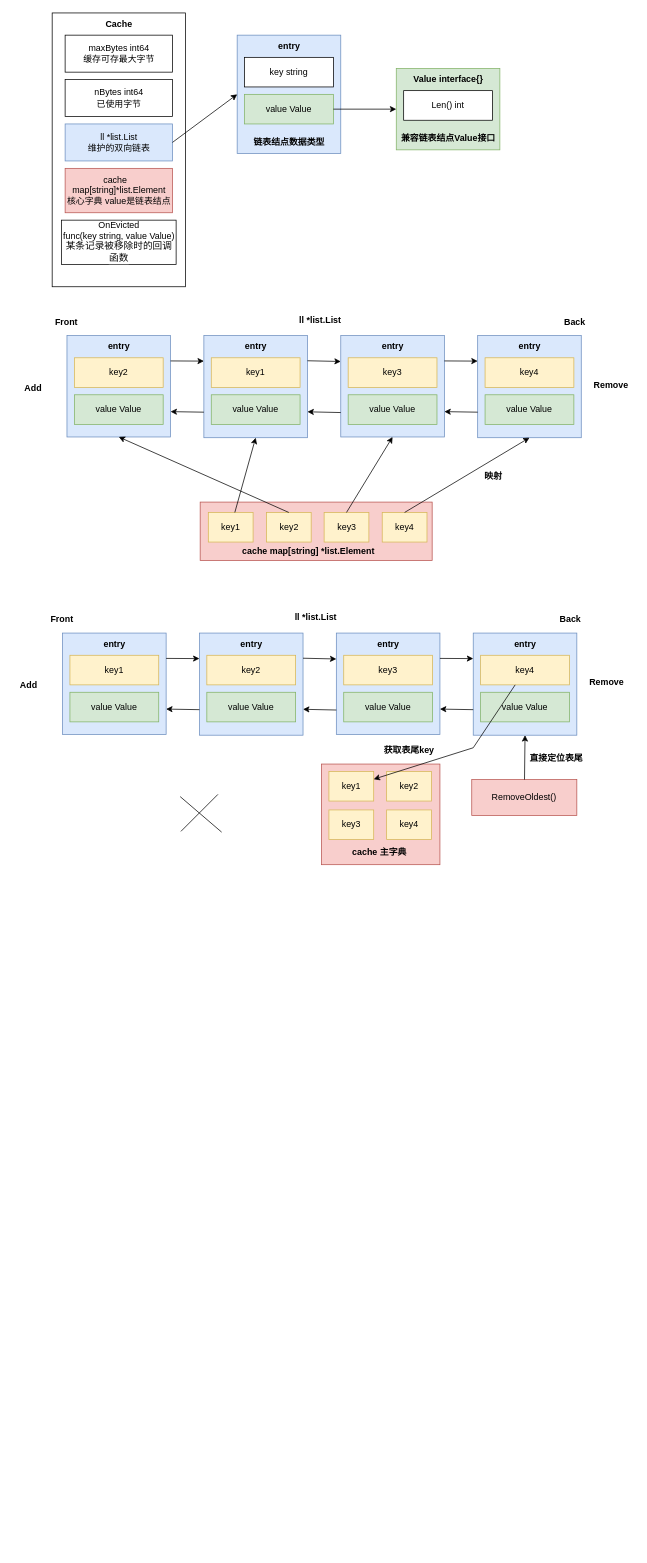
Above: test.drawio in zecraid/draw_repo (draw.io), before the change. Source tidied: cells renumbered, new cells numbered last; positions are measured from the earlier drawing's top-left corner, leaving out a move shared by most shapes. Both pictures are drawn from the tidied source at 74%, with x=0, y=0 at pixel (13, 13).
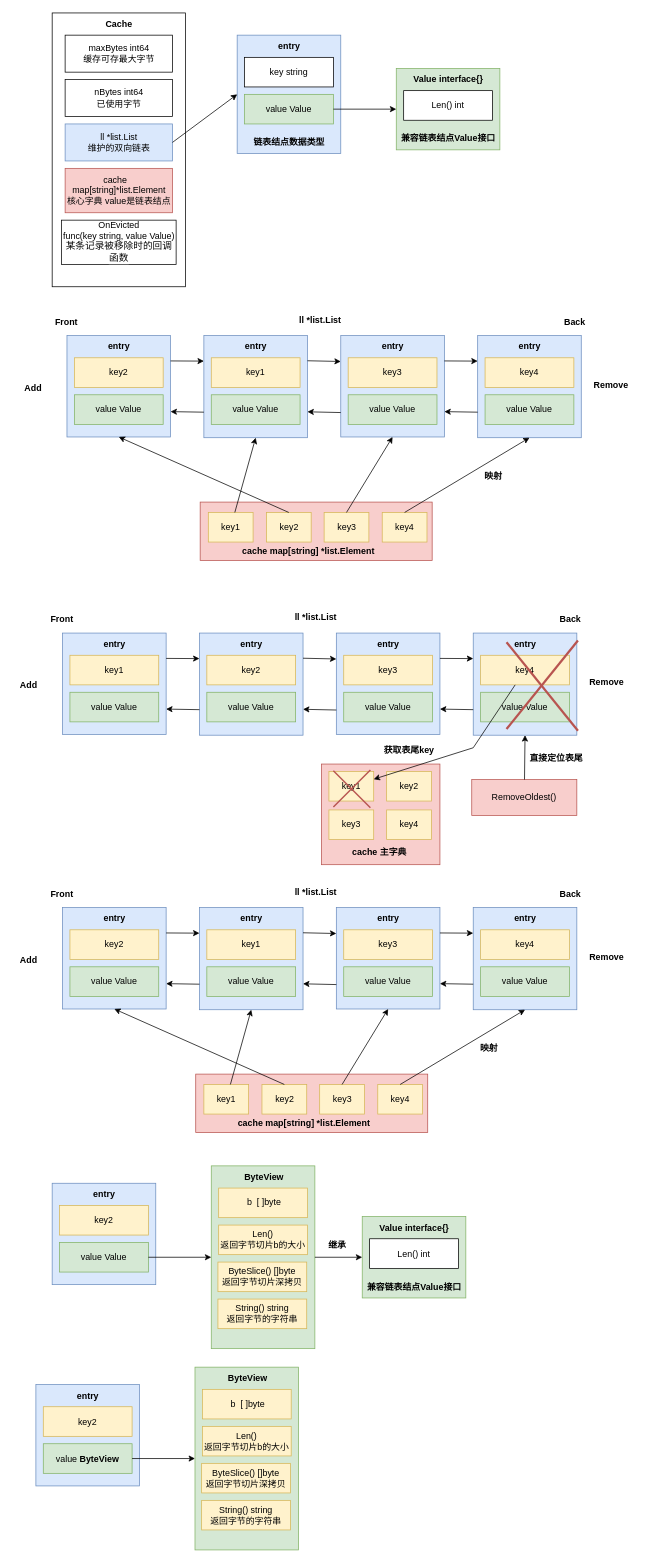
Above is the later version.

Change to the diagram source:
```diff
@@
-    <mxCell id="96" style="endArrow=none;html=1;rounded=0;" parent="1" edge="1">
-      <mxGeometry relative="1" as="geometry">
-        <mxPoint x="282" y="1107" as="sourcePoint" />
-        <mxPoint x="226" y="1059" as="targetPoint" />
-      </mxGeometry>
-    </mxCell>
-    <mxCell id="97" style="endArrow=none;html=1;rounded=0;" parent="1" edge="1">
-      <mxGeometry relative="1" as="geometry">
-        <mxPoint x="227" y="1106" as="sourcePoint" />
-        <mxPoint x="277" y="1056" as="targetPoint" />
-      </mxGeometry>
-    </mxCell>
+    <mxCell id="98" style="group;strokeWidth=3;" parent="1" vertex="1">
+      <mxGeometry x="667" y="848" width="96.5" height="122" as="geometry" />
+    </mxCell>
+    <mxCell id="99" style="endArrow=none;html=1;rounded=0;strokeWidth=3;fillColor=#f8cecc;strokeColor=#b85450;" parent="98" edge="1">
+      <mxGeometry relative="1" as="geometry">
+        <mxPoint x="96.5" as="sourcePoint" />
+        <mxPoint y="119.6" as="targetPoint" />
+      </mxGeometry>
+    </mxCell>
+    <mxCell id="100" style="endArrow=none;html=1;rounded=0;strokeWidth=3;fillColor=#f8cecc;strokeColor=#b85450;" parent="98" edge="1">
+      <mxGeometry relative="1" as="geometry">
+        <mxPoint x="96.5" y="122" as="sourcePoint" />
+        <mxPoint y="2.4" as="targetPoint" />
+      </mxGeometry>
+    </mxCell>
+    <mxCell id="101" style="endArrow=none;html=1;rounded=0;strokeWidth=2;fillColor=#f8cecc;strokeColor=#b85450;" parent="1" edge="1">
+      <mxGeometry relative="1" as="geometry">
+        <mxPoint x="483" y="1074" as="sourcePoint" />
+        <mxPoint x="433" y="1024" as="targetPoint" />
+      </mxGeometry>
+    </mxCell>
+    <mxCell id="102" style="endArrow=none;html=1;rounded=0;strokeWidth=2;fillColor=#f8cecc;strokeColor=#b85450;" parent="1" edge="1">
+      <mxGeometry relative="1" as="geometry">
+        <mxPoint x="483" y="1023" as="sourcePoint" />
+        <mxPoint x="433" y="1073" as="targetPoint" />
+      </mxGeometry>
+    </mxCell>
+    <mxCell id="103" style="rounded=0;whiteSpace=wrap;html=1;fillColor=#dae8fc;strokeColor=#6c8ebf;" parent="1" vertex="1">
+      <mxGeometry x="67" y="1209" width="140" height="137" as="geometry" />
+    </mxCell>
+    <mxCell id="104" value="&lt;b&gt;entry&lt;/b&gt;" style="text;html=1;align=center;verticalAlign=middle;strokeColor=none;fillColor=none;" parent="1" vertex="1">
+      <mxGeometry x="112" y="1209" width="50" height="30" as="geometry" />
+    </mxCell>
+    <mxCell id="105" value="key2" style="rounded=0;whiteSpace=wrap;html=1;fillColor=#fff2cc;strokeColor=#d6b656;" parent="1" vertex="1">
+      <mxGeometry x="77" y="1239" width="120" height="40" as="geometry" />
+    </mxCell>
+    <mxCell id="106" value="value Value" style="rounded=0;whiteSpace=wrap;html=1;fillColor=#d5e8d4;strokeColor=#82b366;" parent="1" vertex="1">
+      <mxGeometry x="77" y="1289" width="120" height="40" as="geometry" />
+    </mxCell>
+    <mxCell id="107" style="rounded=0;whiteSpace=wrap;html=1;fillColor=#dae8fc;strokeColor=#6c8ebf;" parent="1" vertex="1">
+      <mxGeometry x="252" y="1209" width="140" height="138" as="geometry" />
+    </mxCell>
+    <mxCell id="108" value="&lt;b&gt;entry&lt;/b&gt;" style="text;html=1;align=center;verticalAlign=middle;strokeColor=none;fillColor=none;" parent="1" vertex="1">
+      <mxGeometry x="297" y="1209" width="50" height="30" as="geometry" />
+    </mxCell>
+    <mxCell id="109" value="key1" style="rounded=0;whiteSpace=wrap;html=1;fillColor=#fff2cc;strokeColor=#d6b656;" parent="1" vertex="1">
+      <mxGeometry x="262" y="1239" width="120" height="40" as="geometry" />
+    </mxCell>
+    <mxCell id="110" value="value Value" style="rounded=0;whiteSpace=wrap;html=1;fillColor=#d5e8d4;strokeColor=#82b366;" parent="1" vertex="1">
+      <mxGeometry x="262" y="1289" width="120" height="40" as="geometry" />
+    </mxCell>
+    <mxCell id="111" style="endArrow=classic;html=1;rounded=0;entryX=0;entryY=0.25;entryDx=0;entryDy=0;exitX=1;exitY=0.25;exitDx=0;exitDy=0;" parent="1" edge="1" source="103" target="107">
+      <mxGeometry relative="1" as="geometry" />
+    </mxCell>
+    <mxCell id="112" style="endArrow=classic;html=1;rounded=0;entryX=1;entryY=0.75;entryDx=0;entryDy=0;exitX=0;exitY=0.75;exitDx=0;exitDy=0;" parent="1" edge="1" source="107" target="103">
+      <mxGeometry relative="1" as="geometry" />
+    </mxCell>
+    <mxCell id="113" style="rounded=0;whiteSpace=wrap;html=1;fillColor=#dae8fc;strokeColor=#6c8ebf;" parent="1" vertex="1">
+      <mxGeometry x="437" y="1209" width="140" height="137" as="geometry" />
+    </mxCell>
+    <mxCell id="114" value="&lt;b&gt;entry&lt;/b&gt;" style="text;html=1;align=center;verticalAlign=middle;strokeColor=none;fillColor=none;" parent="1" vertex="1">
+      <mxGeometry x="482" y="1209" width="50" height="30" as="geometry" />
+    </mxCell>
+    <mxCell id="115" value="key3" style="rounded=0;whiteSpace=wrap;html=1;fillColor=#fff2cc;strokeColor=#d6b656;" parent="1" vertex="1">
+      <mxGeometry x="447" y="1239" width="120" height="40" as="geometry" />
+    </mxCell>
+    <mxCell id="116" value="value Value" style="rounded=0;whiteSpace=wrap;html=1;fillColor=#d5e8d4;strokeColor=#82b366;" parent="1" vertex="1">
+      <mxGeometry x="447" y="1289" width="120" height="40" as="geometry" />
+    </mxCell>
+    <mxCell id="117" style="rounded=0;whiteSpace=wrap;html=1;fillColor=#dae8fc;strokeColor=#6c8ebf;" parent="1" vertex="1">
+      <mxGeometry x="622" y="1209" width="140" height="138" as="geometry" />
+    </mxCell>
+    <mxCell id="118" value="&lt;b&gt;entry&lt;/b&gt;" style="text;html=1;align=center;verticalAlign=middle;strokeColor=none;fillColor=none;" parent="1" vertex="1">
+      <mxGeometry x="667" y="1209" width="50" height="30" as="geometry" />
+    </mxCell>
+    <mxCell id="119" value="key4" style="rounded=0;whiteSpace=wrap;html=1;fillColor=#fff2cc;strokeColor=#d6b656;" parent="1" vertex="1">
+      <mxGeometry x="632" y="1239" width="120" height="40" as="geometry" />
+    </mxCell>
+    <mxCell id="120" value="value Value" style="rounded=0;whiteSpace=wrap;html=1;fillColor=#d5e8d4;strokeColor=#82b366;" parent="1" vertex="1">
+      <mxGeometry x="632" y="1289" width="120" height="40" as="geometry" />
+    </mxCell>
+    <mxCell id="121" style="endArrow=classic;html=1;rounded=0;entryX=0;entryY=0.25;entryDx=0;entryDy=0;exitX=1;exitY=0.25;exitDx=0;exitDy=0;" parent="1" edge="1" source="113" target="117">
+      <mxGeometry relative="1" as="geometry" />
+    </mxCell>
+    <mxCell id="122" style="endArrow=classic;html=1;rounded=0;entryX=1;entryY=0.75;entryDx=0;entryDy=0;exitX=0;exitY=0.75;exitDx=0;exitDy=0;" parent="1" edge="1" source="117" target="113">
+      <mxGeometry relative="1" as="geometry" />
+    </mxCell>
+    <mxCell id="123" style="endArrow=classic;html=1;rounded=0;entryX=0;entryY=0.25;entryDx=0;entryDy=0;exitX=1;exitY=0.25;exitDx=0;exitDy=0;" parent="1" edge="1">
+      <mxGeometry relative="1" as="geometry">
+        <mxPoint x="392" y="1243" as="sourcePoint" />
+        <mxPoint x="437" y="1244" as="targetPoint" />
+      </mxGeometry>
+    </mxCell>
+    <mxCell id="124" style="endArrow=classic;html=1;rounded=0;entryX=1;entryY=0.75;entryDx=0;entryDy=0;exitX=0;exitY=0.75;exitDx=0;exitDy=0;" parent="1" edge="1">
+      <mxGeometry relative="1" as="geometry">
+        <mxPoint x="437" y="1313" as="sourcePoint" />
+        <mxPoint x="392" y="1312" as="targetPoint" />
+      </mxGeometry>
+    </mxCell>
+    <mxCell id="125" value="&lt;b&gt;Front&lt;/b&gt;" style="text;html=1;align=center;verticalAlign=middle;strokeColor=none;fillColor=none;" parent="1" vertex="1">
+      <mxGeometry x="41" y="1178" width="49" height="26" as="geometry" />
+    </mxCell>
+    <mxCell id="126" value="&lt;b&gt;Back&lt;/b&gt;" style="text;html=1;align=center;verticalAlign=middle;strokeColor=none;fillColor=none;" parent="1" vertex="1">
+      <mxGeometry x="729" y="1178" width="47" height="26" as="geometry" />
+    </mxCell>
+    <mxCell id="127" value="&lt;b&gt;Add&lt;/b&gt;" style="text;html=1;align=center;verticalAlign=middle;strokeColor=none;fillColor=none;" parent="1" vertex="1">
+      <mxGeometry y="1267" width="41" height="26" as="geometry" />
+    </mxCell>
+    <mxCell id="128" value="&lt;b&gt;Remove&lt;/b&gt;" style="text;html=1;align=center;verticalAlign=middle;strokeColor=none;fillColor=none;" parent="1" vertex="1">
+      <mxGeometry x="769" y="1263" width="65" height="26" as="geometry" />
+    </mxCell>
+    <mxCell id="129" style="rounded=0;whiteSpace=wrap;html=1;fillColor=#f8cecc;strokeColor=#b85450;" parent="1" vertex="1">
+      <mxGeometry x="247" y="1434" width="313.5" height="79" as="geometry" />
+    </mxCell>
+    <mxCell id="130" value="key1" style="rounded=0;whiteSpace=wrap;html=1;fillColor=#fff2cc;strokeColor=#d6b656;" parent="1" vertex="1">
+      <mxGeometry x="258" y="1448" width="60.5" height="40" as="geometry" />
+    </mxCell>
+    <mxCell id="131" value="key2" style="rounded=0;whiteSpace=wrap;html=1;fillColor=#fff2cc;strokeColor=#d6b656;" parent="1" vertex="1">
+      <mxGeometry x="336.5" y="1448" width="60.5" height="40" as="geometry" />
+    </mxCell>
+    <mxCell id="132" value="key3" style="rounded=0;whiteSpace=wrap;html=1;fillColor=#fff2cc;strokeColor=#d6b656;" parent="1" vertex="1">
+      <mxGeometry x="414.5" y="1448" width="60.5" height="40" as="geometry" />
+    </mxCell>
+    <mxCell id="133" value="key4" style="rounded=0;whiteSpace=wrap;html=1;fillColor=#fff2cc;strokeColor=#d6b656;" parent="1" vertex="1">
+      <mxGeometry x="493" y="1448" width="60.5" height="40" as="geometry" />
+    </mxCell>
+    <mxCell id="134" value="&lt;b&gt;cache map[string] *list.Element&lt;/b&gt;" style="text;html=1;align=center;verticalAlign=middle;strokeColor=none;fillColor=none;" parent="1" vertex="1">
+      <mxGeometry x="294.5" y="1488" width="197" height="26" as="geometry" />
+    </mxCell>
+    <mxCell id="135" style="endArrow=classic;html=1;rounded=0;entryX=0.5;entryY=1;entryDx=0;entryDy=0;" parent="1" edge="1" source="130" target="107">
+      <mxGeometry relative="1" as="geometry" />
+    </mxCell>
+    <mxCell id="136" style="endArrow=classic;html=1;rounded=0;entryX=0.5;entryY=1;entryDx=0;entryDy=0;exitX=0.5;exitY=0;exitDx=0;exitDy=0;" parent="1" edge="1" source="131" target="103">
+      <mxGeometry relative="1" as="geometry" />
+    </mxCell>
+    <mxCell id="137" style="endArrow=classic;html=1;rounded=0;entryX=0.5;entryY=1;entryDx=0;entryDy=0;exitX=0.5;exitY=0;exitDx=0;exitDy=0;" parent="1" edge="1" source="132" target="113">
+      <mxGeometry relative="1" as="geometry" />
+    </mxCell>
+    <mxCell id="138" style="endArrow=classic;html=1;rounded=0;entryX=0.5;entryY=1;entryDx=0;entryDy=0;exitX=0.5;exitY=0;exitDx=0;exitDy=0;" parent="1" edge="1" source="133" target="117">
+      <mxGeometry relative="1" as="geometry" />
+    </mxCell>
+    <mxCell id="139" value="&lt;b&gt;映射&lt;/b&gt;" style="text;html=1;align=center;verticalAlign=middle;strokeColor=none;fillColor=none;" parent="1" vertex="1">
+      <mxGeometry x="622" y="1386" width="42" height="26" as="geometry" />
+    </mxCell>
+    <mxCell id="140" value="&lt;b&gt;ll&amp;nbsp;*list.List&lt;/b&gt;" style="text;html=1;align=center;verticalAlign=middle;strokeColor=none;fillColor=none;" parent="1" vertex="1">
+      <mxGeometry x="371" y="1175" width="75" height="26" as="geometry" />
+    </mxCell>
+    <mxCell id="141" style="rounded=0;whiteSpace=wrap;html=1;fillColor=#dae8fc;strokeColor=#6c8ebf;" parent="1" vertex="1">
+      <mxGeometry x="53" y="1581.5" width="140" height="137" as="geometry" />
+    </mxCell>
+    <mxCell id="142" value="&lt;b&gt;entry&lt;/b&gt;" style="text;html=1;align=center;verticalAlign=middle;strokeColor=none;fillColor=none;" parent="1" vertex="1">
+      <mxGeometry x="98" y="1581.5" width="50" height="30" as="geometry" />
+    </mxCell>
+    <mxCell id="143" value="key2" style="rounded=0;whiteSpace=wrap;html=1;fillColor=#fff2cc;strokeColor=#d6b656;" parent="1" vertex="1">
+      <mxGeometry x="63" y="1611.5" width="120" height="40" as="geometry" />
+    </mxCell>
+    <mxCell id="144" value="value Value" style="rounded=0;whiteSpace=wrap;html=1;fillColor=#d5e8d4;strokeColor=#82b366;" parent="1" vertex="1">
+      <mxGeometry x="63" y="1661.5" width="120" height="40" as="geometry" />
+    </mxCell>
+    <mxCell id="145" style="rounded=0;whiteSpace=wrap;html=1;fillColor=#d5e8d4;strokeColor=#82b366;" parent="1" vertex="1">
+      <mxGeometry x="472" y="1626.5" width="140" height="110" as="geometry" />
+    </mxCell>
+    <mxCell id="146" value="&lt;b&gt;Value interface{}&lt;/b&gt;" style="text;html=1;align=center;verticalAlign=middle;strokeColor=none;fillColor=none;" parent="1" vertex="1">
+      <mxGeometry x="482" y="1626.5" width="120" height="30" as="geometry" />
+    </mxCell>
+    <mxCell id="147" value="Len() int" style="rounded=0;whiteSpace=wrap;html=1;" parent="1" vertex="1">
+      <mxGeometry x="482" y="1656.5" width="120" height="40" as="geometry" />
+    </mxCell>
+    <mxCell id="148" value="&lt;b&gt;兼容链表结点Value接口&lt;/b&gt;" style="text;html=1;align=center;verticalAlign=middle;strokeColor=none;fillColor=none;" parent="1" vertex="1">
+      <mxGeometry x="467" y="1706.5" width="150" height="30" as="geometry" />
+    </mxCell>
+    <mxCell id="149" style="rounded=0;whiteSpace=wrap;html=1;fillColor=#d5e8d4;strokeColor=#82b366;" parent="1" vertex="1">
+      <mxGeometry x="268" y="1558" width="140" height="247" as="geometry" />
+    </mxCell>
+    <mxCell id="150" value="&lt;b&gt;ByteView&lt;/b&gt;" style="text;html=1;align=center;verticalAlign=middle;strokeColor=none;fillColor=none;" parent="1" vertex="1">
+      <mxGeometry x="303" y="1560" width="71" height="26" as="geometry" />
+    </mxCell>
+    <mxCell id="151" value="&amp;nbsp;b&amp;nbsp; [ ]byte" style="rounded=0;whiteSpace=wrap;html=1;fillColor=#fff2cc;strokeColor=#d6b656;" parent="1" vertex="1">
+      <mxGeometry x="278" y="1588" width="120" height="40" as="geometry" />
+    </mxCell>
+    <mxCell id="152" value="Len()&lt;br&gt;返回字节切片b的大小" style="rounded=0;whiteSpace=wrap;html=1;fillColor=#fff2cc;strokeColor=#d6b656;" parent="1" vertex="1">
+      <mxGeometry x="278" y="1638" width="120" height="40" as="geometry" />
+    </mxCell>
+    <mxCell id="153" style="endArrow=classic;html=1;rounded=0;entryX=0;entryY=0.5;entryDx=0;entryDy=0;exitX=1;exitY=0.5;exitDx=0;exitDy=0;" parent="1" edge="1" source="149" target="145">
+      <mxGeometry relative="1" as="geometry" />
+    </mxCell>
+    <mxCell id="154" style="endArrow=classic;html=1;rounded=0;" parent="1" edge="1" source="144" target="149">
+      <mxGeometry relative="1" as="geometry" />
+    </mxCell>
+    <mxCell id="155" value="&lt;b&gt;继承&lt;/b&gt;" style="text;html=1;align=center;verticalAlign=middle;strokeColor=none;fillColor=none;" parent="1" vertex="1">
+      <mxGeometry x="417" y="1651.5" width="42" height="26" as="geometry" />
+    </mxCell>
+    <mxCell id="156" value="ByteSlice() []byte&lt;br&gt;返回字节切片深拷贝" style="rounded=0;whiteSpace=wrap;html=1;fillColor=#fff2cc;strokeColor=#d6b656;" parent="1" vertex="1">
+      <mxGeometry x="277" y="1688" width="120" height="40" as="geometry" />
+    </mxCell>
+    <mxCell id="157" value="String() string&lt;br&gt;返回字节的字符串" style="rounded=0;whiteSpace=wrap;html=1;fillColor=#fff2cc;strokeColor=#d6b656;" parent="1" vertex="1">
+      <mxGeometry x="277" y="1738" width="120" height="40" as="geometry" />
+    </mxCell>
+    <mxCell id="158" style="rounded=0;whiteSpace=wrap;html=1;fillColor=#dae8fc;strokeColor=#6c8ebf;" parent="1" vertex="1">
+      <mxGeometry x="31" y="1853.5" width="140" height="137" as="geometry" />
+    </mxCell>
+    <mxCell id="159" value="&lt;b&gt;entry&lt;/b&gt;" style="text;html=1;align=center;verticalAlign=middle;strokeColor=none;fillColor=none;" parent="1" vertex="1">
+      <mxGeometry x="76" y="1853.5" width="50" height="30" as="geometry" />
+    </mxCell>
+    <mxCell id="160" value="key2" style="rounded=0;whiteSpace=wrap;html=1;fillColor=#fff2cc;strokeColor=#d6b656;" parent="1" vertex="1">
+      <mxGeometry x="41" y="1883.5" width="120" height="40" as="geometry" />
+    </mxCell>
+    <mxCell id="161" value="value&amp;nbsp;&lt;b style=&quot;border-color: var(--border-color);&quot;&gt;ByteView&lt;/b&gt;" style="rounded=0;whiteSpace=wrap;html=1;fillColor=#d5e8d4;strokeColor=#82b366;" parent="1" vertex="1">
+      <mxGeometry x="41" y="1933.5" width="120" height="40" as="geometry" />
+    </mxCell>
+    <mxCell id="162" style="rounded=0;whiteSpace=wrap;html=1;fillColor=#d5e8d4;strokeColor=#82b366;" parent="1" vertex="1">
+      <mxGeometry x="246" y="1830" width="140" height="247" as="geometry" />
+    </mxCell>
+    <mxCell id="163" value="&lt;b&gt;ByteView&lt;/b&gt;" style="text;html=1;align=center;verticalAlign=middle;strokeColor=none;fillColor=none;" parent="1" vertex="1">
+      <mxGeometry x="281" y="1832" width="71" height="26" as="geometry" />
+    </mxCell>
+    <mxCell id="164" value="&amp;nbsp;b&amp;nbsp; [ ]byte" style="rounded=0;whiteSpace=wrap;html=1;fillColor=#fff2cc;strokeColor=#d6b656;" parent="1" vertex="1">
+      <mxGeometry x="256" y="1860" width="120" height="40" as="geometry" />
+    </mxCell>
+    <mxCell id="165" value="Len()&lt;br&gt;返回字节切片b的大小" style="rounded=0;whiteSpace=wrap;html=1;fillColor=#fff2cc;strokeColor=#d6b656;" parent="1" vertex="1">
+      <mxGeometry x="256" y="1910" width="120" height="40" as="geometry" />
+    </mxCell>
+    <mxCell id="166" style="endArrow=classic;html=1;rounded=0;" parent="1" edge="1" source="161" target="162">
+      <mxGeometry relative="1" as="geometry" />
+    </mxCell>
+    <mxCell id="167" value="ByteSlice() []byte&lt;br&gt;返回字节切片深拷贝" style="rounded=0;whiteSpace=wrap;html=1;fillColor=#fff2cc;strokeColor=#d6b656;" parent="1" vertex="1">
+      <mxGeometry x="255" y="1960" width="120" height="40" as="geometry" />
+    </mxCell>
+    <mxCell id="168" value="String() string&lt;br&gt;返回字节的字符串" style="rounded=0;whiteSpace=wrap;html=1;fillColor=#fff2cc;strokeColor=#d6b656;" parent="1" vertex="1">
+      <mxGeometry x="255" y="2010" width="120" height="40" as="geometry" />
+    </mxCell>
```
